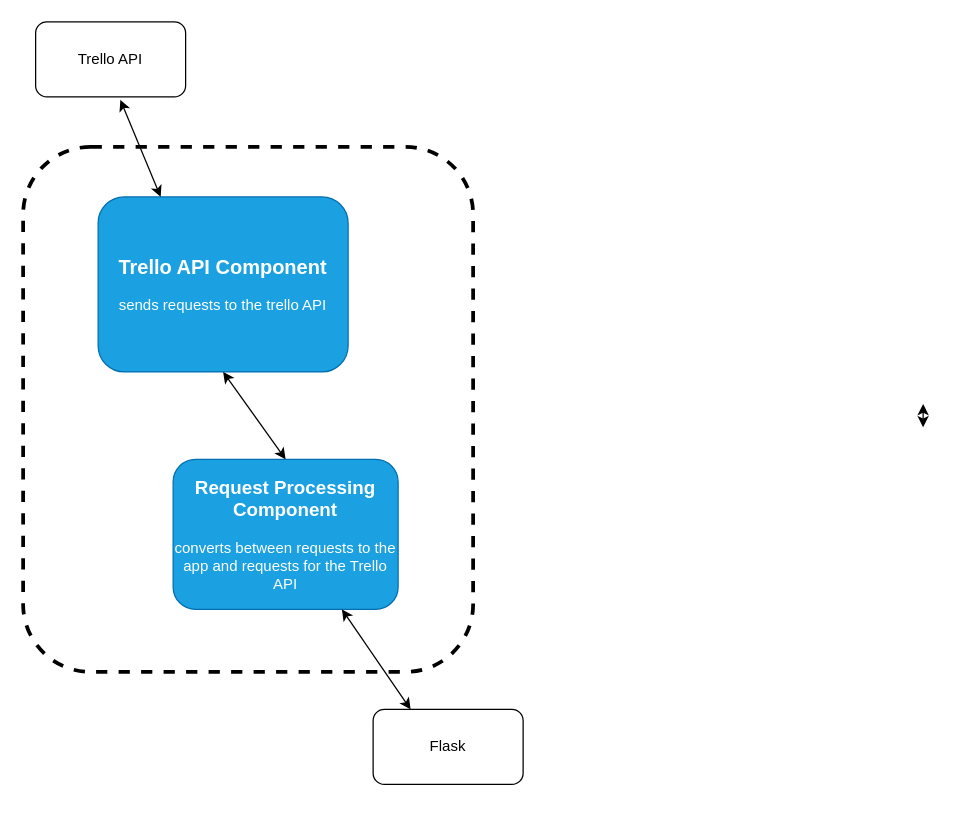
JoLeeSoftwire/DevOps-Course-Starter keeps this draw.io diagram as docs/component-diagram.drawio. Above is the earlier version. Source tidied: cells renumbered, new cells numbered last; positions are measured from the earlier drawing's top-left corner, leaving out a move shared by most shapes. Both pictures are drawn from the tidied source at 125%, with x=0, y=0 at pixel (22, 21).
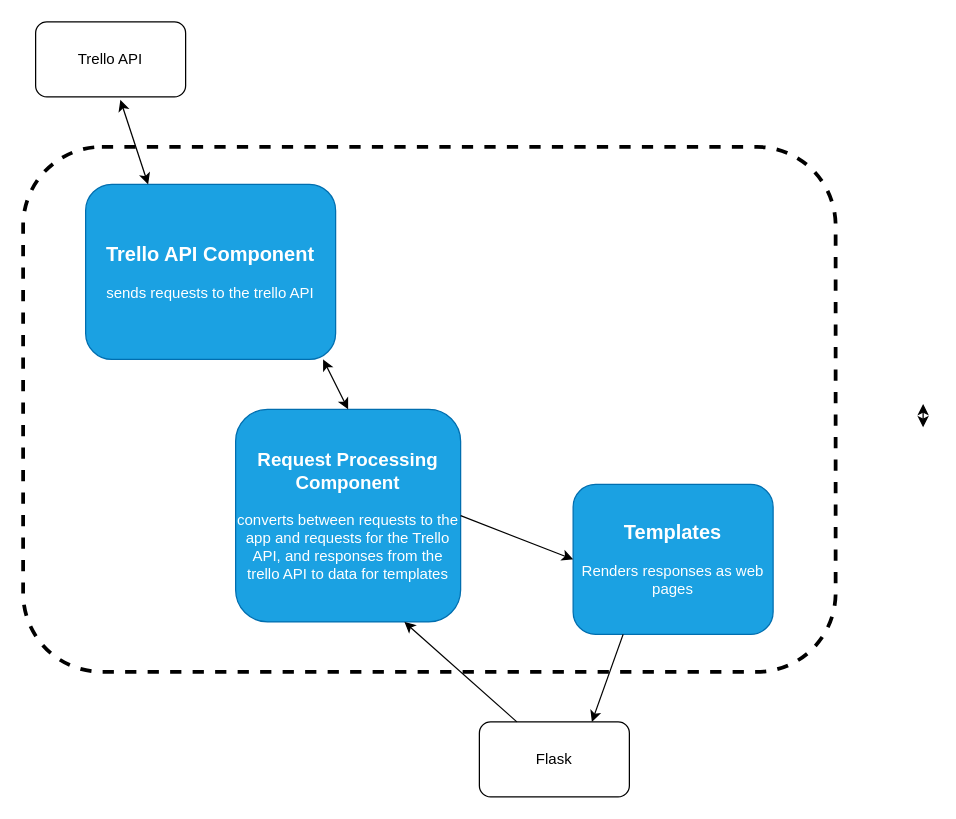
Above is the later version.

Change to the diagram source:
```diff
@@
 <mxGraphModel>
   <root>
     <mxCell id="0" />
     <mxCell id="1" parent="0" />
+    <mxCell id="10" style="rounded=1;whiteSpace=wrap;html=1;strokeWidth=3;fillColor=none;dashed=1;" parent="1" vertex="1">
+      <mxGeometry y="100" width="650" height="420" as="geometry" />
+    </mxCell>
     <mxCell id="2" value="&lt;b&gt;&lt;font style=&quot;font-size: 16px&quot;&gt;Trello API Component&lt;/font&gt;&lt;/b&gt;&lt;br&gt;&lt;br&gt;sends requests to the trello API" style="rounded=1;whiteSpace=wrap;html=1;fillColor=#1ba1e2;strokeColor=#006EAF;fontColor=#ffffff;" parent="1" vertex="1">
-      <mxGeometry x="60" y="140" width="200" height="140" as="geometry" />
+      <mxGeometry x="50" y="130" width="200" height="140" as="geometry" />
     </mxCell>
-    <mxCell id="3" value="&lt;span&gt;&lt;font style=&quot;font-size: 15px&quot;&gt;&lt;b&gt;Request Processing Component&lt;/b&gt;&lt;/font&gt;&lt;/span&gt;&lt;br&gt;&lt;br&gt;converts between requests to the app and requests for the Trello API" style="rounded=1;whiteSpace=wrap;html=1;fillColor=#1ba1e2;strokeColor=#006EAF;fontColor=#ffffff;fontStyle=0;" parent="1" vertex="1">
-      <mxGeometry x="120" y="350" width="180" height="120" as="geometry" />
+    <mxCell id="3" value="&lt;span&gt;&lt;font style=&quot;font-size: 15px&quot;&gt;&lt;b&gt;Request Processing Component&lt;/b&gt;&lt;/font&gt;&lt;/span&gt;&lt;br&gt;&lt;br&gt;converts between requests to the app and requests for the Trello API, and responses from the trello API to data for templates" style="rounded=1;whiteSpace=wrap;html=1;fillColor=#1ba1e2;strokeColor=#006EAF;fontColor=#ffffff;fontStyle=0;" parent="1" vertex="1">
+      <mxGeometry x="170" y="310" width="180" height="170" as="geometry" />
     </mxCell>
-    <mxCell id="4" style="endArrow=classic;startArrow=classic;html=1;exitX=0.5;exitY=0;exitDx=0;exitDy=0;entryX=0.5;entryY=1;entryDx=0;entryDy=0;" parent="1" edge="1" source="3" target="2">
+    <mxCell id="4" style="endArrow=classic;startArrow=classic;html=1;exitX=0.5;exitY=0;exitDx=0;exitDy=0;entryX=0.95;entryY=1;entryDx=0;entryDy=0;entryPerimeter=0;" parent="1" edge="1" source="3" target="2">
       <mxGeometry relative="1" as="geometry" />
     </mxCell>
     <mxCell id="5" value="Trello API" style="rounded=1;whiteSpace=wrap;html=1;strokeWidth=1;fillColor=none;" parent="1" vertex="1">
       <mxGeometry x="10" width="120" height="60" as="geometry" />
     </mxCell>
     <mxCell id="6" style="endArrow=classic;startArrow=classic;html=1;" parent="1" edge="1">
       <mxGeometry relative="1" as="geometry">
         <mxPoint x="720" y="305.6" as="sourcePoint" />
         <mxPoint x="720" y="324.4" as="targetPoint" />
       </mxGeometry>
     </mxCell>
     <mxCell id="7" style="endArrow=classic;startArrow=classic;html=1;exitX=0.25;exitY=0;exitDx=0;exitDy=0;entryX=0.565;entryY=1.04;entryDx=0;entryDy=0;entryPerimeter=0;" parent="1" edge="1" source="2" target="5">
       <mxGeometry relative="1" as="geometry" />
     </mxCell>
     <mxCell id="8" value="Flask" style="rounded=1;whiteSpace=wrap;html=1;strokeWidth=1;fillColor=none;" parent="1" vertex="1">
-      <mxGeometry x="280" y="550" width="120" height="60" as="geometry" />
+      <mxGeometry x="365" y="560" width="120" height="60" as="geometry" />
     </mxCell>
-    <mxCell id="9" style="endArrow=classic;startArrow=classic;html=1;entryX=0.25;entryY=0;entryDx=0;entryDy=0;exitX=0.75;exitY=1;exitDx=0;exitDy=0;" parent="1" edge="1" source="3" target="8">
-      <mxGeometry relative="1" as="geometry" />
-    </mxCell>
-    <mxCell id="10" style="rounded=1;whiteSpace=wrap;html=1;strokeWidth=3;fillColor=none;dashed=1;" parent="1" vertex="1">
-      <mxGeometry y="100" width="360" height="420" as="geometry" />
-    </mxCell>
+    <mxCell id="11" value="&lt;b&gt;&lt;font style=&quot;font-size: 16px&quot;&gt;Templates&lt;/font&gt;&lt;/b&gt;&lt;br&gt;&lt;br&gt;Renders responses as web pages" style="rounded=1;whiteSpace=wrap;html=1;fillColor=#1ba1e2;strokeColor=#006EAF;fontColor=#ffffff;" parent="1" vertex="1">
+      <mxGeometry x="440" y="370" width="160" height="120" as="geometry" />
+    </mxCell>
+    <mxCell id="12" style="endArrow=classic;html=1;exitX=0.25;exitY=1;exitDx=0;exitDy=0;entryX=0.75;entryY=0;entryDx=0;entryDy=0;" parent="1" edge="1" source="11" target="8">
+      <mxGeometry relative="1" as="geometry" />
+    </mxCell>
+    <mxCell id="13" style="endArrow=classic;html=1;exitX=1;exitY=0.5;exitDx=0;exitDy=0;entryX=0;entryY=0.5;entryDx=0;entryDy=0;" parent="1" edge="1" source="3" target="11">
+      <mxGeometry relative="1" as="geometry" />
+    </mxCell>
+    <mxCell id="14" style="endArrow=classic;html=1;exitX=0.25;exitY=0;exitDx=0;exitDy=0;entryX=0.75;entryY=1;entryDx=0;entryDy=0;" parent="1" edge="1" source="8" target="3">
+      <mxGeometry relative="1" as="geometry" />
+    </mxCell>
   </root>
 </mxGraphModel>
```
